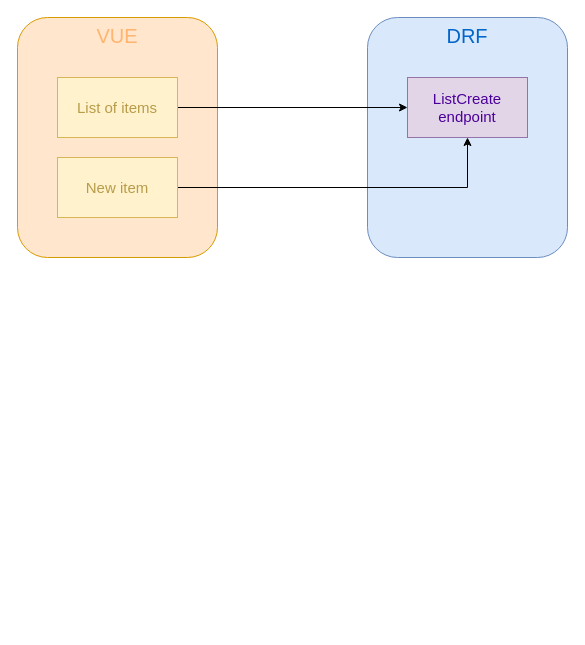
The draw.io diagram vue_htmx.drawio in GirlThatLovesToCode/htmx_vue_comparison, before the edit. Source tidied: cells renumbered, new cells numbered last; positions are measured from the earlier drawing's top-left corner, leaving out a move shared by most shapes. Both pictures are drawn from the tidied source at 100%, with x=0, y=0 at pixel (17, 17).
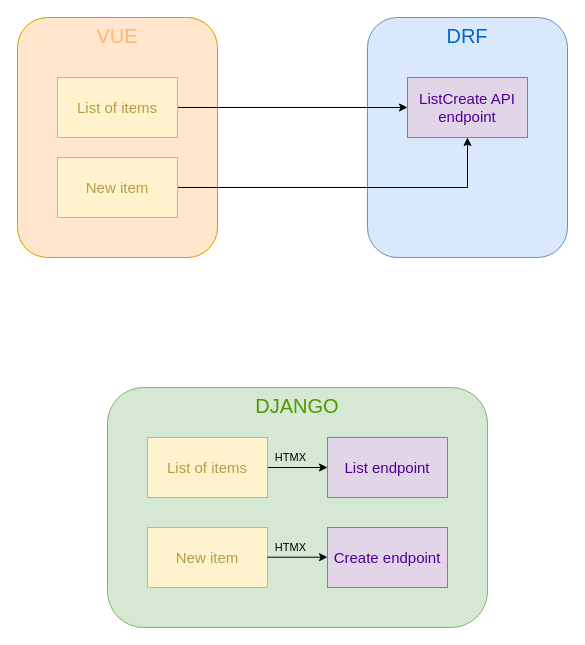
The same page after the edit.

What changed in the source:
```diff
@@
 <mxGraphModel>
   <root>
     <mxCell id="0" />
     <mxCell id="1" parent="0" />
     <mxCell id="2" value="&lt;font style=&quot;font-size: 20px;&quot;&gt;VUE&lt;/font&gt;" style="rounded=1;whiteSpace=wrap;html=1;fillColor=#ffe6cc;strokeColor=#d79b00;fontColor=#FFB570;verticalAlign=top;" parent="1" vertex="1">
       <mxGeometry width="200" height="240" as="geometry" />
     </mxCell>
     <mxCell id="3" value="&lt;font color=&quot;#0066cc&quot; style=&quot;font-size: 20px;&quot;&gt;DRF&lt;/font&gt;" style="rounded=1;whiteSpace=wrap;html=1;fillColor=#dae8fc;strokeColor=#6c8ebf;verticalAlign=top;fontColor=#0000FF;" parent="1" vertex="1">
       <mxGeometry x="350" width="200" height="240" as="geometry" />
     </mxCell>
     <mxCell id="4" style="edgeStyle=orthogonalEdgeStyle;rounded=0;jettySize=auto;html=1;entryX=0;entryY=0.5;entryDx=0;entryDy=0;" parent="1" edge="1" source="5" target="8">
       <mxGeometry relative="1" as="geometry" />
     </mxCell>
     <mxCell id="5" value="&lt;font color=&quot;#b89c49&quot; style=&quot;font-size: 15px;&quot;&gt;List of items&lt;/font&gt;" style="rounded=0;whiteSpace=wrap;html=1;fillColor=#fff2cc;strokeColor=#d6b656;" parent="1" vertex="1">
       <mxGeometry x="40" y="60" width="120" height="60" as="geometry" />
     </mxCell>
     <mxCell id="6" style="edgeStyle=orthogonalEdgeStyle;rounded=0;jettySize=auto;html=1;" parent="1" edge="1" source="7" target="8">
       <mxGeometry relative="1" as="geometry" />
     </mxCell>
     <mxCell id="7" value="&lt;font color=&quot;#b89c49&quot; style=&quot;font-size: 15px;&quot;&gt;New item&lt;/font&gt;" style="rounded=0;whiteSpace=wrap;html=1;fillColor=#fff2cc;strokeColor=#d6b656;" parent="1" vertex="1">
       <mxGeometry x="40" y="140" width="120" height="60" as="geometry" />
     </mxCell>
-    <mxCell id="8" value="&lt;font color=&quot;#4c0099&quot; style=&quot;font-size: 15px;&quot;&gt;ListCreate endpoint&lt;/font&gt;" style="rounded=0;whiteSpace=wrap;html=1;fillColor=#e1d5e7;strokeColor=#9673a6;" parent="1" vertex="1">
+    <mxCell id="8" value="&lt;font color=&quot;#4c0099&quot; style=&quot;font-size: 15px;&quot;&gt;ListCreate API endpoint&lt;/font&gt;" style="rounded=0;whiteSpace=wrap;html=1;fillColor=#e1d5e7;strokeColor=#9673a6;" parent="1" vertex="1">
       <mxGeometry x="390" y="60" width="120" height="60" as="geometry" />
     </mxCell>
+    <mxCell id="9" value="&lt;font color=&quot;#4d9900&quot; style=&quot;font-size: 20px;&quot;&gt;DJANGO&lt;/font&gt;" style="rounded=1;whiteSpace=wrap;html=1;fillColor=#d5e8d4;strokeColor=#82b366;verticalAlign=top;" parent="1" vertex="1">
+      <mxGeometry x="90" y="370" width="380" height="240" as="geometry" />
+    </mxCell>
+    <mxCell id="10" value="HTMX" style="edgeStyle=orthogonalEdgeStyle;rounded=0;jettySize=auto;html=1;entryX=0;entryY=0.5;entryDx=0;entryDy=0;align=right;labelBackgroundColor=#;" parent="1" edge="1" source="11" target="13">
+      <mxGeometry x="0.34" y="10" relative="1" as="geometry" />
+    </mxCell>
+    <mxCell id="11" value="&lt;font color=&quot;#b89c49&quot; style=&quot;font-size: 15px;&quot;&gt;List of items&lt;/font&gt;" style="rounded=0;whiteSpace=wrap;html=1;fillColor=#fff2cc;strokeColor=#d6b656;" parent="1" vertex="1">
+      <mxGeometry x="130" y="420" width="120" height="60" as="geometry" />
+    </mxCell>
+    <mxCell id="12" value="&lt;font color=&quot;#b89c49&quot; style=&quot;font-size: 15px;&quot;&gt;New item&lt;/font&gt;" style="rounded=0;whiteSpace=wrap;html=1;fillColor=#fff2cc;strokeColor=#d6b656;" parent="1" vertex="1">
+      <mxGeometry x="130" y="510" width="120" height="60" as="geometry" />
+    </mxCell>
+    <mxCell id="13" value="&lt;font color=&quot;#4c0099&quot; style=&quot;font-size: 15px;&quot;&gt;List endpoint&lt;/font&gt;" style="rounded=0;whiteSpace=wrap;html=1;fillColor=#e1d5e7;strokeColor=#9673a6;" parent="1" vertex="1">
+      <mxGeometry x="310" y="420" width="120" height="60" as="geometry" />
+    </mxCell>
+    <mxCell id="14" value="&lt;font color=&quot;#4c0099&quot; style=&quot;font-size: 15px;&quot;&gt;Create endpoint&lt;/font&gt;" style="rounded=0;whiteSpace=wrap;html=1;fillColor=#e1d5e7;strokeColor=#9673a6;" parent="1" vertex="1">
+      <mxGeometry x="310" y="510" width="120" height="60" as="geometry" />
+    </mxCell>
+    <mxCell id="15" value="HTMX" style="edgeStyle=orthogonalEdgeStyle;rounded=0;orthogonalLoop=1;jettySize=auto;html=1;entryX=0;entryY=0.5;entryDx=0;entryDy=0;align=right;labelBackgroundColor=#;" parent="1" edge="1">
+      <mxGeometry x="0.34" y="10" relative="1" as="geometry">
+        <mxPoint x="250" y="539.7" as="sourcePoint" />
+        <mxPoint x="310" y="539.7" as="targetPoint" />
+      </mxGeometry>
+    </mxCell>
   </root>
 </mxGraphModel>
```
